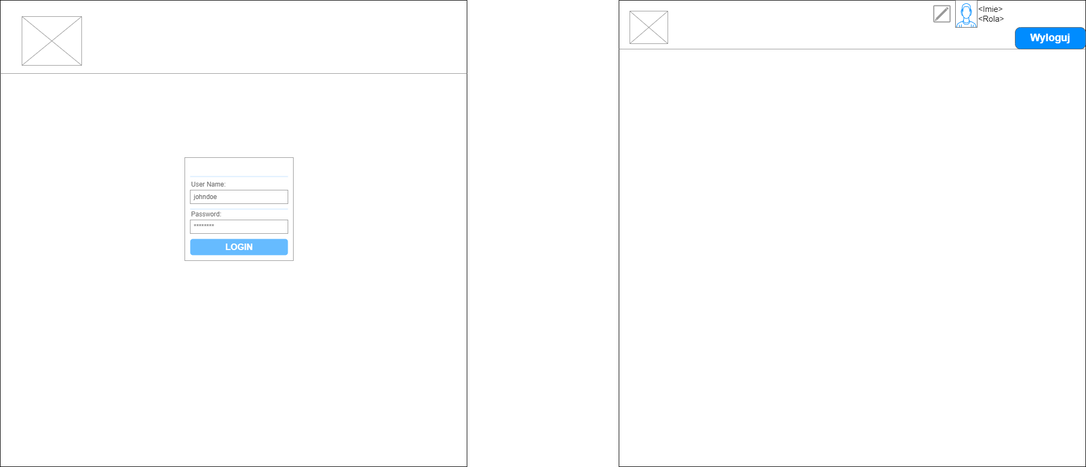
dgaweda/warehouse-management-system keeps this draw.io diagram as ProjectPlan/Front-end-plan.png. Above is the earlier version. Source tidied: cells renumbered, new cells last; positions are measured from the earlier drawing's top-left corner, leaving out a move shared by most shapes.
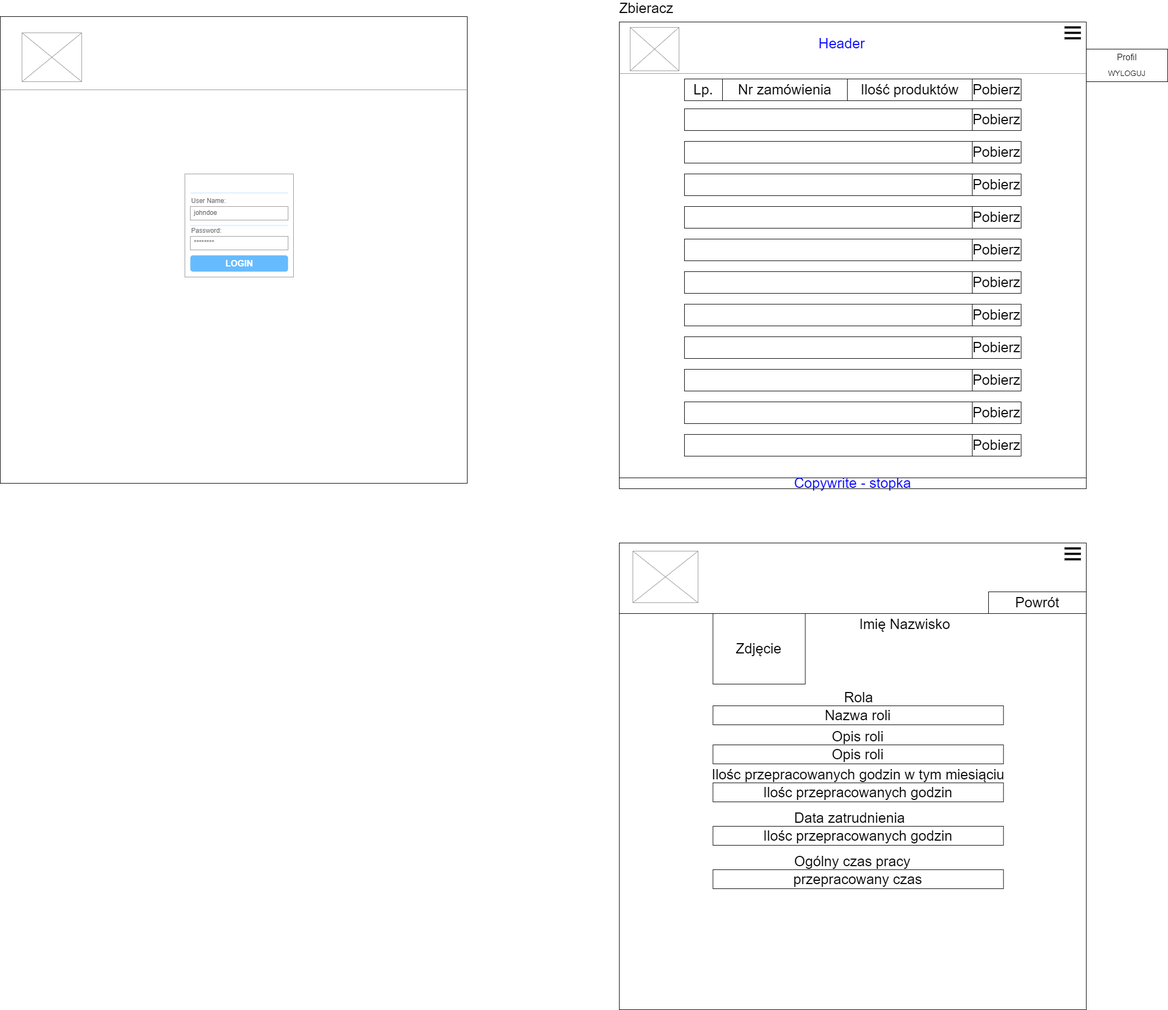
After the change.

Commit message:
Front end plan changes

The edit, as a diff of the source:
```diff
@@ -48,25 +48,190 @@
       <mxGeometry y="130" width="860" height="10" as="geometry" />
     </mxCell>
     <mxCell id="13" style="whiteSpace=wrap;html=1;" parent="1" vertex="1">
-      <mxGeometry x="1140" width="860" height="860" as="geometry" />
+      <mxGeometry x="1140" y="10" width="860" height="860" as="geometry" />
     </mxCell>
-    <mxCell id="14" style="verticalLabelPosition=bottom;shadow=0;dashed=0;align=center;html=1;verticalAlign=top;strokeWidth=1;shape=mxgraph.mockup.containers.userMale;strokeColor=#666666;strokeColor2=#008cff;" parent="1" vertex="1">
-      <mxGeometry x="1760" width="40" height="50" as="geometry" />
-    </mxCell>
     <mxCell id="15" style="verticalLabelPosition=bottom;shadow=0;dashed=0;align=center;html=1;verticalAlign=top;strokeWidth=1;shape=mxgraph.mockup.markup.line;strokeColor=#999999;" parent="1" vertex="1">
-      <mxGeometry x="1140" y="80" width="860" height="20" as="geometry" />
+      <mxGeometry x="1140" y="95" width="860" height="20" as="geometry" />
     </mxCell>
     <mxCell id="16" style="verticalLabelPosition=bottom;shadow=0;dashed=0;align=center;html=1;verticalAlign=top;strokeWidth=1;shape=mxgraph.mockup.graphics.simpleIcon;strokeColor=#999999;" parent="1" vertex="1">
-      <mxGeometry x="1160" y="20" width="70" height="60" as="geometry" />
+      <mxGeometry x="1160" y="20" width="90" height="80" as="geometry" />
     </mxCell>
-    <mxCell id="17" value="&amp;lt;Imie&amp;gt;&lt;br style=&quot;font-size: 15px&quot;&gt;&lt;div style=&quot;font-size: 15px;&quot;&gt;&lt;span style=&quot;font-size: 15px&quot;&gt;&amp;lt;Rola&amp;gt;&lt;/span&gt;&lt;/div&gt;" style="text;html=1;strokeColor=none;fillColor=none;align=left;verticalAlign=middle;whiteSpace=wrap;rounded=0;fontSize=15;" parent="1" vertex="1">
-      <mxGeometry x="1800" width="200" height="50" as="geometry" />
-    </mxCell>
-    <mxCell id="18" value="Wyloguj" style="strokeWidth=1;shadow=0;dashed=0;align=center;html=1;shape=mxgraph.mockup.buttons.button;strokeColor=#666666;fontColor=#ffffff;mainText=;buttonStyle=round;fontSize=19;fontStyle=1;fillColor=#008cff;whiteSpace=wrap;" parent="1" vertex="1">
-      <mxGeometry x="1870" y="50" width="130" height="40" as="geometry" />
-    </mxCell>
-    <mxCell id="19" style="strokeColor=#999999;verticalLabelPosition=bottom;shadow=0;dashed=0;verticalAlign=top;strokeWidth=2;html=1;shape=mxgraph.mockup.misc.editIcon;fontSize=15;" parent="1" vertex="1">
-      <mxGeometry x="1720" y="10" width="30" height="30" as="geometry" />
-    </mxCell>
+    <mxCell id="20" style="line;strokeWidth=4;html=1;perimeter=backbonePerimeter;fillColor=none;" parent="1" vertex="1">
+      <mxGeometry x="1960" y="975" width="30" height="10" as="geometry" />
+    </mxCell>
+    <mxCell id="21" style="line;strokeWidth=4;html=1;perimeter=backbonePerimeter;fillColor=none;" parent="1" vertex="1">
+      <mxGeometry x="1960" y="995" width="30" height="10" as="geometry" />
+    </mxCell>
+    <mxCell id="22" value="&lt;font style=&quot;font-size: 16px&quot;&gt;Profil&lt;/font&gt;" style="text;html=1;strokeColor=none;fillColor=default;align=center;verticalAlign=middle;whiteSpace=wrap;rounded=0;" parent="1" vertex="1">
+      <mxGeometry x="2000" y="60" width="150" height="30" as="geometry" />
+    </mxCell>
+    <mxCell id="23" value="&lt;font style=&quot;font-size: 14px&quot;&gt;WYLOGUJ&lt;/font&gt;" style="text;html=1;strokeColor=none;fillColor=default;align=center;verticalAlign=middle;whiteSpace=wrap;rounded=0;" parent="1" vertex="1">
+      <mxGeometry x="2000" y="90" width="150" height="30" as="geometry" />
+    </mxCell>
+    <mxCell id="24" style="rounded=0;whiteSpace=wrap;html=1;fontSize=16;fillColor=none;gradientColor=none;" parent="1" vertex="1">
+      <mxGeometry x="2000" y="60" width="150" height="60" as="geometry" />
+    </mxCell>
+    <mxCell id="25" value="&lt;font style=&quot;font-size: 26px&quot;&gt;Zbieracz&lt;/font&gt;" style="text;html=1;strokeColor=none;fillColor=none;align=center;verticalAlign=middle;whiteSpace=wrap;rounded=0;fontSize=14;" parent="1" vertex="1">
+      <mxGeometry x="1160" y="-30" width="60" height="30" as="geometry" />
+    </mxCell>
+    <mxCell id="26" style="rounded=0;whiteSpace=wrap;html=1;fontSize=26;fillColor=default;gradientColor=none;" parent="1" vertex="1">
+      <mxGeometry x="1260" y="115" width="620" height="40" as="geometry" />
+    </mxCell>
+    <mxCell id="27" style="rounded=0;whiteSpace=wrap;html=1;fontSize=26;fillColor=default;gradientColor=none;" parent="1" vertex="1">
+      <mxGeometry x="1260" y="170" width="620" height="40" as="geometry" />
+    </mxCell>
+    <mxCell id="28" style="rounded=0;whiteSpace=wrap;html=1;fontSize=26;fillColor=default;gradientColor=none;" parent="1" vertex="1">
+      <mxGeometry x="1260" y="230" width="620" height="40" as="geometry" />
+    </mxCell>
+    <mxCell id="29" style="rounded=0;whiteSpace=wrap;html=1;fontSize=26;fillColor=default;gradientColor=none;" parent="1" vertex="1">
+      <mxGeometry x="1260" y="290" width="620" height="40" as="geometry" />
+    </mxCell>
+    <mxCell id="30" style="rounded=0;whiteSpace=wrap;html=1;fontSize=26;fillColor=default;gradientColor=none;" parent="1" vertex="1">
+      <mxGeometry x="1260" y="350" width="620" height="40" as="geometry" />
+    </mxCell>
+    <mxCell id="31" style="rounded=0;whiteSpace=wrap;html=1;fontSize=26;fillColor=default;gradientColor=none;" parent="1" vertex="1">
+      <mxGeometry x="1260" y="410" width="620" height="40" as="geometry" />
+    </mxCell>
+    <mxCell id="32" style="rounded=0;whiteSpace=wrap;html=1;fontSize=26;fillColor=default;gradientColor=none;" parent="1" vertex="1">
+      <mxGeometry x="1260" y="470" width="620" height="40" as="geometry" />
+    </mxCell>
+    <mxCell id="33" style="rounded=0;whiteSpace=wrap;html=1;fontSize=26;fillColor=default;gradientColor=none;" parent="1" vertex="1">
+      <mxGeometry x="1260" y="530" width="620" height="40" as="geometry" />
+    </mxCell>
+    <mxCell id="34" style="rounded=0;whiteSpace=wrap;html=1;fontSize=26;fillColor=default;gradientColor=none;" parent="1" vertex="1">
+      <mxGeometry x="1260" y="590" width="620" height="40" as="geometry" />
+    </mxCell>
+    <mxCell id="35" value="Pobierz" style="rounded=0;whiteSpace=wrap;html=1;fontSize=26;fillColor=default;gradientColor=none;" parent="1" vertex="1">
+      <mxGeometry x="1790" y="115" width="90" height="40" as="geometry" />
+    </mxCell>
+    <mxCell id="36" value="&lt;span&gt;Pobierz&lt;/span&gt;" style="rounded=0;whiteSpace=wrap;html=1;fontSize=26;fillColor=default;gradientColor=none;" parent="1" vertex="1">
+      <mxGeometry x="1790" y="170" width="90" height="40" as="geometry" />
+    </mxCell>
+    <mxCell id="37" value="&lt;span&gt;Pobierz&lt;/span&gt;" style="rounded=0;whiteSpace=wrap;html=1;fontSize=26;fillColor=default;gradientColor=none;" parent="1" vertex="1">
+      <mxGeometry x="1790" y="230" width="90" height="40" as="geometry" />
+    </mxCell>
+    <mxCell id="38" value="&lt;span&gt;Pobierz&lt;/span&gt;" style="rounded=0;whiteSpace=wrap;html=1;fontSize=26;fillColor=default;gradientColor=none;" parent="1" vertex="1">
+      <mxGeometry x="1790" y="290" width="90" height="40" as="geometry" />
+    </mxCell>
+    <mxCell id="39" value="&lt;span&gt;Pobierz&lt;/span&gt;" style="rounded=0;whiteSpace=wrap;html=1;fontSize=26;fillColor=default;gradientColor=none;" parent="1" vertex="1">
+      <mxGeometry x="1790" y="350" width="90" height="40" as="geometry" />
+    </mxCell>
+    <mxCell id="40" value="&lt;span&gt;Pobierz&lt;/span&gt;" style="rounded=0;whiteSpace=wrap;html=1;fontSize=26;fillColor=default;gradientColor=none;" parent="1" vertex="1">
+      <mxGeometry x="1790" y="410" width="90" height="40" as="geometry" />
+    </mxCell>
+    <mxCell id="41" value="&lt;span&gt;Pobierz&lt;/span&gt;" style="rounded=0;whiteSpace=wrap;html=1;fontSize=26;fillColor=default;gradientColor=none;" parent="1" vertex="1">
+      <mxGeometry x="1790" y="470" width="90" height="40" as="geometry" />
+    </mxCell>
+    <mxCell id="42" value="&lt;span&gt;Pobierz&lt;/span&gt;" style="rounded=0;whiteSpace=wrap;html=1;fontSize=26;fillColor=default;gradientColor=none;" parent="1" vertex="1">
+      <mxGeometry x="1790" y="530" width="90" height="40" as="geometry" />
+    </mxCell>
+    <mxCell id="43" value="&lt;span&gt;Pobierz&lt;/span&gt;" style="rounded=0;whiteSpace=wrap;html=1;fontSize=26;fillColor=default;gradientColor=none;" parent="1" vertex="1">
+      <mxGeometry x="1790" y="590" width="90" height="40" as="geometry" />
+    </mxCell>
+    <mxCell id="44" style="rounded=0;whiteSpace=wrap;html=1;fontSize=26;fillColor=default;gradientColor=none;" parent="1" vertex="1">
+      <mxGeometry x="1140" y="850" width="860" height="20" as="geometry" />
+    </mxCell>
+    <mxCell id="45" value="&lt;font color=&quot;#0000ff&quot;&gt;Copywrite - stopka&lt;/font&gt;" style="text;html=1;strokeColor=none;fillColor=none;align=center;verticalAlign=middle;whiteSpace=wrap;rounded=0;fontSize=26;" parent="1" vertex="1">
+      <mxGeometry x="1140" y="850" width="860" height="20" as="geometry" />
+    </mxCell>
+    <mxCell id="46" value="Header" style="text;html=1;align=center;verticalAlign=middle;whiteSpace=wrap;rounded=0;fontSize=26;fontColor=#0000FF;" parent="1" vertex="1">
+      <mxGeometry x="1520" y="35" width="60" height="30" as="geometry" />
+    </mxCell>
+    <mxCell id="47" value="Lp." style="text;html=1;strokeColor=none;fillColor=none;align=center;verticalAlign=middle;whiteSpace=wrap;rounded=0;fontSize=26;fontColor=#000000;" parent="1" vertex="1">
+      <mxGeometry x="1260" y="115" width="70" height="40" as="geometry" />
+    </mxCell>
+    <mxCell id="48" value="Nr zamówienia" style="text;html=1;strokeColor=none;fillColor=none;align=center;verticalAlign=middle;whiteSpace=wrap;rounded=0;fontSize=26;fontColor=#000000;" parent="1" vertex="1">
+      <mxGeometry x="1340" y="115" width="210" height="40" as="geometry" />
+    </mxCell>
+    <mxCell id="49" value="Ilość produktów" style="rounded=0;whiteSpace=wrap;html=1;fontSize=26;fontColor=#000000;fillColor=default;gradientColor=none;" parent="1" vertex="1">
+      <mxGeometry x="1560" y="115" width="230" height="40" as="geometry" />
+    </mxCell>
+    <mxCell id="50" value="Nr zamówienia" style="rounded=0;whiteSpace=wrap;html=1;fontSize=26;fontColor=#000000;fillColor=default;gradientColor=none;" parent="1" vertex="1">
+      <mxGeometry x="1330" y="115" width="230" height="40" as="geometry" />
+    </mxCell>
+    <mxCell id="51" style="rounded=0;whiteSpace=wrap;html=1;fontSize=26;fillColor=default;gradientColor=none;" parent="1" vertex="1">
+      <mxGeometry x="1260" y="650" width="620" height="40" as="geometry" />
+    </mxCell>
+    <mxCell id="52" style="rounded=0;whiteSpace=wrap;html=1;fontSize=26;fillColor=default;gradientColor=none;" parent="1" vertex="1">
+      <mxGeometry x="1260" y="710" width="620" height="40" as="geometry" />
+    </mxCell>
+    <mxCell id="53" style="rounded=0;whiteSpace=wrap;html=1;fontSize=26;fillColor=default;gradientColor=none;" parent="1" vertex="1">
+      <mxGeometry x="1260" y="770" width="620" height="40" as="geometry" />
+    </mxCell>
+    <mxCell id="54" value="&lt;span&gt;Pobierz&lt;/span&gt;" style="rounded=0;whiteSpace=wrap;html=1;fontSize=26;fillColor=default;gradientColor=none;" parent="1" vertex="1">
+      <mxGeometry x="1790" y="650" width="90" height="40" as="geometry" />
+    </mxCell>
+    <mxCell id="55" value="&lt;span&gt;Pobierz&lt;/span&gt;" style="rounded=0;whiteSpace=wrap;html=1;fontSize=26;fillColor=default;gradientColor=none;" parent="1" vertex="1">
+      <mxGeometry x="1790" y="710" width="90" height="40" as="geometry" />
+    </mxCell>
+    <mxCell id="56" value="&lt;span&gt;Pobierz&lt;/span&gt;" style="rounded=0;whiteSpace=wrap;html=1;fontSize=26;fillColor=default;gradientColor=none;" parent="1" vertex="1">
+      <mxGeometry x="1790" y="770" width="90" height="40" as="geometry" />
+    </mxCell>
+    <mxCell id="57" style="whiteSpace=wrap;html=1;fontSize=26;fontColor=#000000;fillColor=default;gradientColor=none;" parent="1" vertex="1">
+      <mxGeometry x="1140" y="970" width="860" height="860" as="geometry" />
+    </mxCell>
+    <mxCell id="58" style="rounded=0;whiteSpace=wrap;html=1;fontSize=26;fontColor=#000000;fillColor=default;gradientColor=none;" parent="1" vertex="1">
+      <mxGeometry x="1140" y="970" width="860" height="130" as="geometry" />
+    </mxCell>
+    <mxCell id="59" value="Imię Nazwisko" style="text;html=1;strokeColor=none;fillColor=none;align=center;verticalAlign=middle;whiteSpace=wrap;rounded=0;fontSize=26;fontColor=#000000;" parent="1" vertex="1">
+      <mxGeometry x="1482.5" y="1100" width="367.5" height="40" as="geometry" />
+    </mxCell>
+    <mxCell id="60" value="Zdjęcie" style="rounded=0;whiteSpace=wrap;html=1;fontSize=26;fontColor=#000000;fillColor=default;gradientColor=none;" parent="1" vertex="1">
+      <mxGeometry x="1312.5" y="1100" width="170" height="130" as="geometry" />
+    </mxCell>
+    <mxCell id="61" value="Powrót" style="rounded=0;whiteSpace=wrap;html=1;fontSize=26;fontColor=#000000;fillColor=default;gradientColor=none;" parent="1" vertex="1">
+      <mxGeometry x="1820" y="1060" width="180" height="40" as="geometry" />
+    </mxCell>
+    <mxCell id="62" style="line;strokeWidth=4;html=1;perimeter=backbonePerimeter;fontSize=26;fontColor=#000000;fillColor=default;gradientColor=none;" parent="1" vertex="1">
+      <mxGeometry x="1960" y="975" width="30" height="10" as="geometry" />
+    </mxCell>
+    <mxCell id="63" style="line;strokeWidth=4;html=1;perimeter=backbonePerimeter;fontSize=26;fontColor=#000000;fillColor=default;gradientColor=none;" parent="1" vertex="1">
+      <mxGeometry x="1960" y="985" width="30" height="10" as="geometry" />
+    </mxCell>
+    <mxCell id="64" style="line;strokeWidth=4;html=1;perimeter=backbonePerimeter;fontSize=26;fontColor=#000000;fillColor=default;gradientColor=none;" parent="1" vertex="1">
+      <mxGeometry x="1960" y="995" width="30" height="10" as="geometry" />
+    </mxCell>
+    <mxCell id="65" style="line;strokeWidth=4;html=1;perimeter=backbonePerimeter;fontSize=26;fontColor=#000000;fillColor=default;gradientColor=none;" parent="1" vertex="1">
+      <mxGeometry x="1960" y="25" width="30" height="10" as="geometry" />
+    </mxCell>
+    <mxCell id="66" style="line;strokeWidth=4;html=1;perimeter=backbonePerimeter;fontSize=26;fontColor=#000000;fillColor=default;gradientColor=none;" parent="1" vertex="1">
+      <mxGeometry x="1960" y="35" width="30" height="10" as="geometry" />
+    </mxCell>
+    <mxCell id="67" style="line;strokeWidth=4;html=1;perimeter=backbonePerimeter;fontSize=26;fontColor=#000000;fillColor=default;gradientColor=none;" parent="1" vertex="1">
+      <mxGeometry x="1960" y="15" width="30" height="10" as="geometry" />
+    </mxCell>
+    <mxCell id="68" value="Ilośc przepracowanych godzin" style="rounded=0;whiteSpace=wrap;html=1;fontSize=26;fontColor=#000000;fillColor=default;gradientColor=none;" parent="1" vertex="1">
+      <mxGeometry x="1312.5" y="1412" width="535" height="35" as="geometry" />
+    </mxCell>
+    <mxCell id="69" value="Ilośc przepracowanych godzin w tym miesiąciu" style="text;html=1;strokeColor=none;fillColor=none;align=center;verticalAlign=middle;whiteSpace=wrap;rounded=0;fontSize=26;fontColor=#000000;" parent="1" vertex="1">
+      <mxGeometry x="1280" y="1382" width="600" height="30" as="geometry" />
+    </mxCell>
+    <mxCell id="70" value="Data zatrudnienia" style="text;html=1;strokeColor=none;fillColor=none;align=center;verticalAlign=middle;whiteSpace=wrap;rounded=0;fontSize=26;fontColor=#000000;" parent="1" vertex="1">
+      <mxGeometry x="1312.5" y="1462" width="505" height="30" as="geometry" />
+    </mxCell>
+    <mxCell id="71" value="Ogólny czas pracy" style="text;html=1;strokeColor=none;fillColor=none;align=center;verticalAlign=middle;whiteSpace=wrap;rounded=0;fontSize=26;fontColor=#000000;" parent="1" vertex="1">
+      <mxGeometry x="1312.5" y="1542" width="515" height="30" as="geometry" />
+    </mxCell>
+    <mxCell id="72" value="Ilośc przepracowanych godzin" style="rounded=0;whiteSpace=wrap;html=1;fontSize=26;fontColor=#000000;fillColor=default;gradientColor=none;" parent="1" vertex="1">
+      <mxGeometry x="1312.5" y="1492" width="535" height="35" as="geometry" />
+    </mxCell>
+    <mxCell id="73" value="przepracowany czas" style="rounded=0;whiteSpace=wrap;html=1;fontSize=26;fontColor=#000000;fillColor=default;gradientColor=none;" parent="1" vertex="1">
+      <mxGeometry x="1312.5" y="1572" width="535" height="35" as="geometry" />
+    </mxCell>
+    <mxCell id="74" value="Opis roli" style="rounded=0;whiteSpace=wrap;html=1;fontSize=26;fontColor=#000000;fillColor=default;gradientColor=none;" parent="1" vertex="1">
+      <mxGeometry x="1312.5" y="1342" width="535" height="35" as="geometry" />
+    </mxCell>
+    <mxCell id="75" value="Opis roli" style="text;html=1;strokeColor=none;fillColor=none;align=center;verticalAlign=middle;whiteSpace=wrap;rounded=0;fontSize=26;fontColor=#000000;" parent="1" vertex="1">
+      <mxGeometry x="1312.5" y="1312" width="535" height="30" as="geometry" />
+    </mxCell>
+    <mxCell id="76" value="Nazwa roli" style="rounded=0;whiteSpace=wrap;html=1;fontSize=26;fontColor=#000000;fillColor=default;gradientColor=none;" parent="1" vertex="1">
+      <mxGeometry x="1312.5" y="1270" width="535" height="35" as="geometry" />
+    </mxCell>
+    <mxCell id="77" value="Rola" style="text;html=1;strokeColor=none;fillColor=none;align=center;verticalAlign=middle;whiteSpace=wrap;rounded=0;fontSize=26;fontColor=#000000;" parent="1" vertex="1">
+      <mxGeometry x="1312.5" y="1240" width="537.5" height="30" as="geometry" />
+    </mxCell>
+    <mxCell id="78" style="verticalLabelPosition=bottom;shadow=0;dashed=0;align=center;html=1;verticalAlign=top;strokeWidth=1;shape=mxgraph.mockup.graphics.simpleIcon;strokeColor=#999999;" parent="1" vertex="1">
+      <mxGeometry x="1165" y="985" width="120" height="95" as="geometry" />
+    </mxCell>
   </root>
 </mxGraphModel>
```
